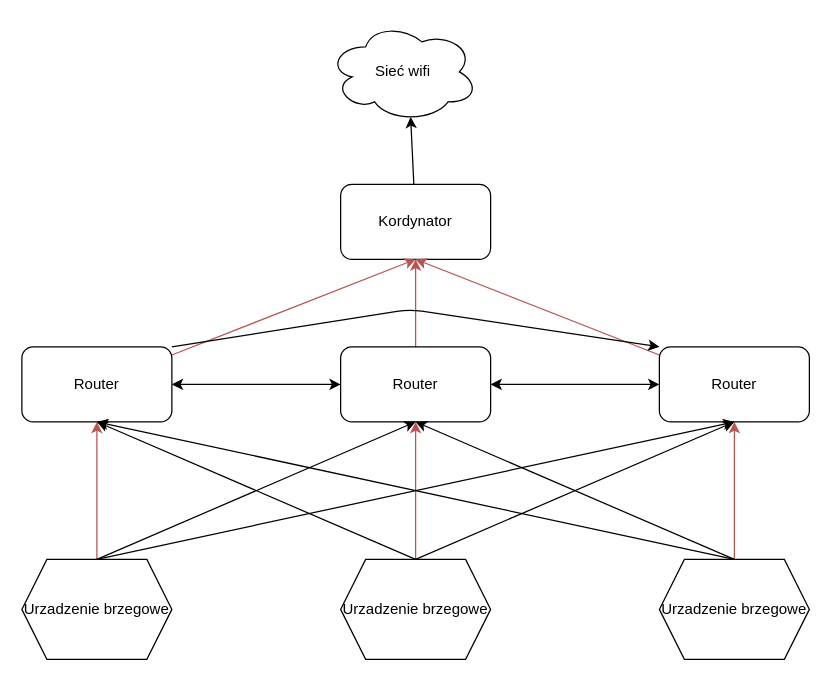
Before: Dodatkowe/network.drawio in espressif/esp-zigbee-sdk, a draw.io diagram. Source tidied: cells renumbered, new cells numbered last; positions are measured from the earlier drawing's top-left corner, leaving out a move shared by most shapes. Both pictures are drawn from the tidied source at 125%, with x=0, y=0 at pixel (21, 21).
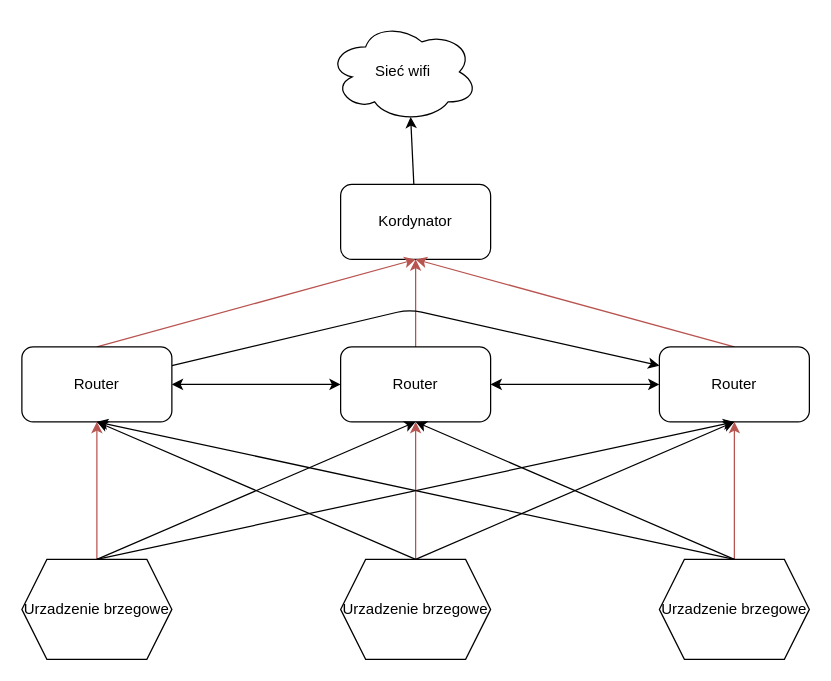
The same diagram, later.

Commit message:
mał znaczący

The change refers to these unchanged cells:
```xml
<mxCell id="6" value="Kordynator" style="rounded=1;whiteSpace=wrap;html=1;" parent="1" vertex="1">
  <mxGeometry x="255" y="130" width="120" height="60" as="geometry" />
</mxCell>
<mxCell id="8" value="Router" style="rounded=1;whiteSpace=wrap;html=1;" parent="1" vertex="1">
  <mxGeometry x="510" y="260" width="120" height="60" as="geometry" />
</mxCell>
<mxCell id="12" value="Router" style="rounded=1;whiteSpace=wrap;html=1;" parent="1" vertex="1">
  <mxGeometry y="260" width="120" height="60" as="geometry" />
</mxCell>
```

The edit, as a diff of the source:
```diff
@@
-    <mxCell id="7" style="edgeStyle=none;html=1;entryX=0.5;entryY=1;entryDx=0;entryDy=0;fillColor=#f8cecc;strokeColor=#b85450;" parent="1" edge="1" source="8" target="6">
+    <mxCell id="7" style="edgeStyle=none;html=1;entryX=0.5;entryY=1;entryDx=0;entryDy=0;fillColor=#f8cecc;strokeColor=#b85450;exitX=0.5;exitY=0;exitDx=0;exitDy=0;" parent="1" edge="1" source="8" target="6">
       <mxGeometry relative="1" as="geometry" />
     </mxCell>
@@
-    <mxCell id="9" style="edgeStyle=none;html=1;entryX=0.5;entryY=1;entryDx=0;entryDy=0;fillColor=#f8cecc;strokeColor=#b85450;" parent="1" edge="1" source="12" target="6">
+    <mxCell id="9" style="edgeStyle=none;html=1;entryX=0.5;entryY=1;entryDx=0;entryDy=0;fillColor=#f8cecc;strokeColor=#b85450;exitX=0.5;exitY=0;exitDx=0;exitDy=0;" parent="1" edge="1" source="12" target="6">
       <mxGeometry relative="1" as="geometry" />
     </mxCell>
@@
-    <mxCell id="11" style="edgeStyle=none;html=1;exitX=1;exitY=0;exitDx=0;exitDy=0;entryX=0;entryY=0;entryDx=0;entryDy=0;" parent="1" edge="1" source="12" target="8">
+    <mxCell id="11" style="edgeStyle=none;html=1;exitX=1;exitY=0.25;exitDx=0;exitDy=0;entryX=0;entryY=0.25;entryDx=0;entryDy=0;" parent="1" edge="1" source="12" target="8">
       <mxGeometry relative="1" as="geometry">
         <Array as="points">
           <mxPoint x="310" y="230" />
         </Array>
       </mxGeometry>
     </mxCell>
```
